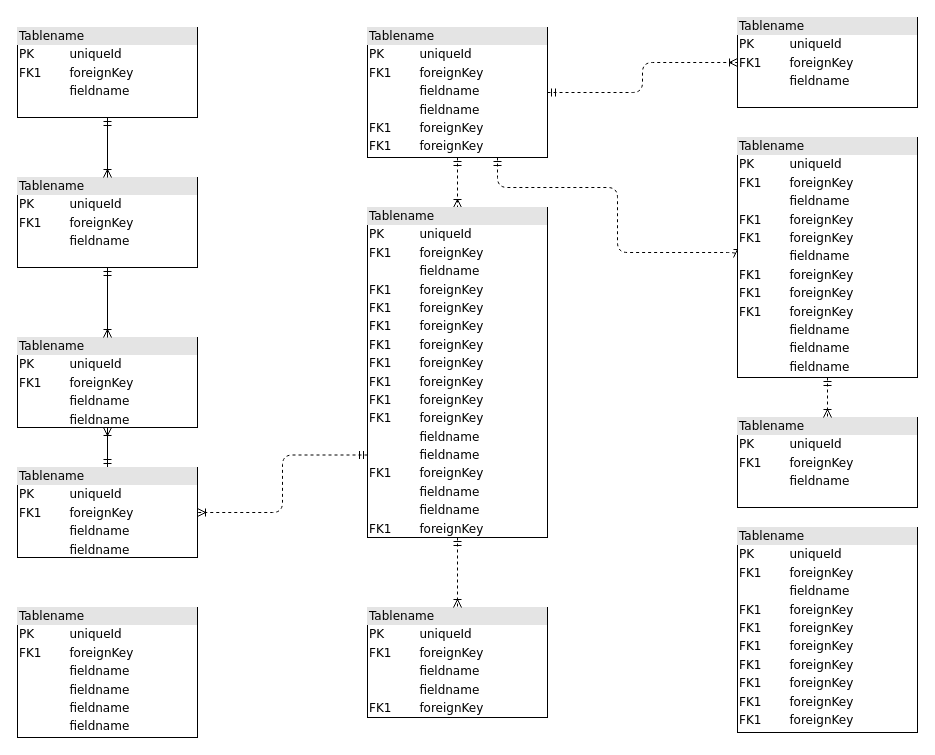
Above: Diagrama sin título.drawio in FrubanAZB/Graphics (draw.io), before the change. Source tidied: cells renumbered, new cells numbered last; positions are measured from the earlier drawing's top-left corner, leaving out a move shared by most shapes. Both pictures are drawn from the tidied source at 100%, with x=0, y=0 at pixel (17, 17).
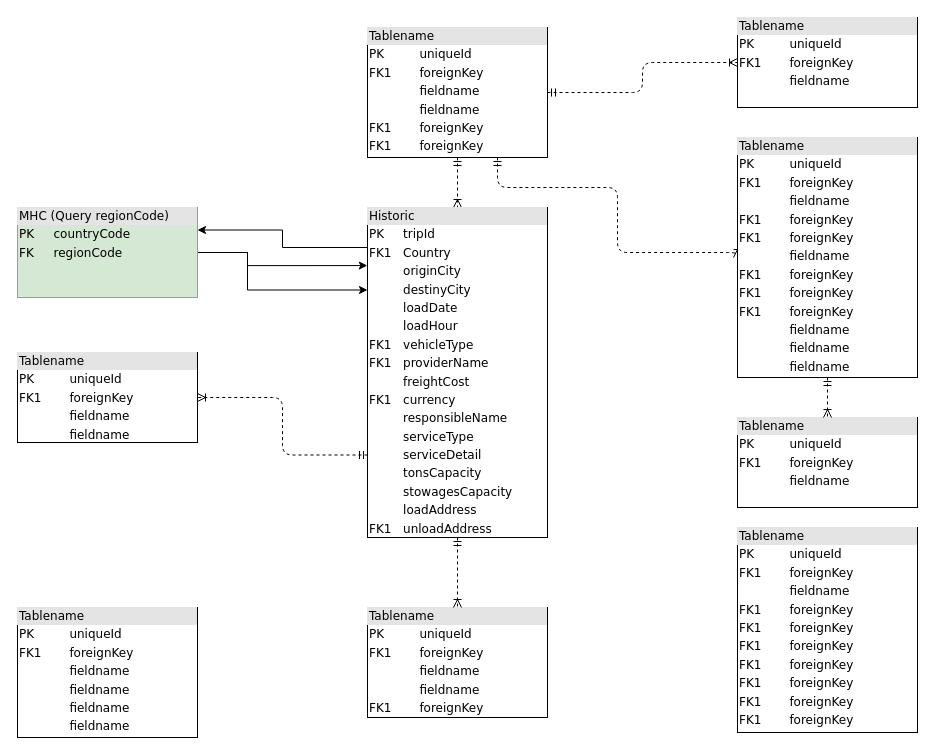
The same page after the edit.

Commit message:
F&M Mile diagram

Diff of the diagram source:
```diff
@@
-    <mxCell id="2" value="&lt;div style=&quot;box-sizing:border-box;width:100%;background:#e4e4e4;padding:2px;&quot;&gt;Tablename&lt;/div&gt;&lt;table style=&quot;width:100%;font-size:1em;&quot; cellpadding=&quot;2&quot; cellspacing=&quot;0&quot;&gt;&lt;tr&gt;&lt;td&gt;PK&lt;/td&gt;&lt;td&gt;uniqueId&lt;/td&gt;&lt;/tr&gt;&lt;tr&gt;&lt;td&gt;FK1&lt;/td&gt;&lt;td&gt;foreignKey&lt;/td&gt;&lt;/tr&gt;&lt;tr&gt;&lt;td&gt;&lt;/td&gt;&lt;td&gt;fieldname&lt;/td&gt;&lt;/tr&gt;&lt;/table&gt;" style="verticalAlign=top;align=left;overflow=fill;html=1;rounded=0;shadow=0;comic=0;labelBackgroundColor=none;strokeWidth=1;fontFamily=Verdana;fontSize=12;" parent="1" vertex="1">
-      <mxGeometry y="10" width="180" height="90" as="geometry" />
-    </mxCell>
@@
-    <mxCell id="7" style="edgeStyle=orthogonalEdgeStyle;html=1;labelBackgroundColor=none;startArrow=ERmandOne;endArrow=ERoneToMany;fontFamily=Verdana;fontSize=12;align=left;" parent="1" edge="1" source="9" target="10">
-      <mxGeometry relative="1" as="geometry" />
-    </mxCell>
@@
     <mxCell id="9" value="&lt;div style=&quot;box-sizing: border-box ; width: 100% ; background: #e4e4e4 ; padding: 2px&quot;&gt;Tablename&lt;/div&gt;&lt;table style=&quot;width: 100% ; font-size: 1em&quot; cellpadding=&quot;2&quot; cellspacing=&quot;0&quot;&gt;&lt;tbody&gt;&lt;tr&gt;&lt;td&gt;PK&lt;/td&gt;&lt;td&gt;uniqueId&lt;/td&gt;&lt;/tr&gt;&lt;tr&gt;&lt;td&gt;FK1&lt;/td&gt;&lt;td&gt;foreignKey&lt;/td&gt;&lt;/tr&gt;&lt;tr&gt;&lt;td&gt;&lt;/td&gt;&lt;td&gt;fieldname&lt;/td&gt;&lt;/tr&gt;&lt;tr&gt;&lt;td&gt;&lt;br&gt;&lt;/td&gt;&lt;td&gt;fieldname&lt;br&gt;&lt;/td&gt;&lt;/tr&gt;&lt;/tbody&gt;&lt;/table&gt;" style="verticalAlign=top;align=left;overflow=fill;html=1;rounded=0;shadow=0;comic=0;labelBackgroundColor=none;strokeWidth=1;fontFamily=Verdana;fontSize=12;" parent="1" vertex="1">
-      <mxGeometry y="450" width="180" height="90" as="geometry" />
+      <mxGeometry y="335" width="180" height="90" as="geometry" />
     </mxCell>
+    <mxCell id="23" style="edgeStyle=orthogonalEdgeStyle;rounded=0;jettySize=auto;html=1;exitX=1;exitY=0.5;exitDx=0;exitDy=0;entryX=-0.001;entryY=0.176;entryDx=0;entryDy=0;entryPerimeter=0;" parent="1" edge="1" source="10" target="16">
+      <mxGeometry relative="1" as="geometry">
+        <Array as="points">
+          <mxPoint x="230" y="235" />
+          <mxPoint x="230" y="248" />
+        </Array>
+      </mxGeometry>
+    </mxCell>
+    <mxCell id="24" style="edgeStyle=orthogonalEdgeStyle;rounded=0;jettySize=auto;html=1;entryX=0;entryY=0.25;entryDx=0;entryDy=0;" parent="1" edge="1" source="10" target="16">
+      <mxGeometry relative="1" as="geometry">
+        <Array as="points">
+          <mxPoint x="230" y="235" />
+          <mxPoint x="230" y="273" />
+        </Array>
+      </mxGeometry>
+    </mxCell>
-    <mxCell id="10" value="&lt;div style=&quot;box-sizing: border-box ; width: 100% ; background: #e4e4e4 ; padding: 2px&quot;&gt;Tablename&lt;/div&gt;&lt;table style=&quot;width: 100% ; font-size: 1em&quot; cellpadding=&quot;2&quot; cellspacing=&quot;0&quot;&gt;&lt;tbody&gt;&lt;tr&gt;&lt;td&gt;PK&lt;/td&gt;&lt;td&gt;uniqueId&lt;/td&gt;&lt;/tr&gt;&lt;tr&gt;&lt;td&gt;FK1&lt;/td&gt;&lt;td&gt;foreignKey&lt;/td&gt;&lt;/tr&gt;&lt;tr&gt;&lt;td&gt;&lt;/td&gt;&lt;td&gt;fieldname&lt;/td&gt;&lt;/tr&gt;&lt;tr&gt;&lt;td&gt;&lt;br&gt;&lt;/td&gt;&lt;td&gt;fieldname&lt;br&gt;&lt;/td&gt;&lt;/tr&gt;&lt;/tbody&gt;&lt;/table&gt;" style="verticalAlign=top;align=left;overflow=fill;html=1;rounded=0;shadow=0;comic=0;labelBackgroundColor=none;strokeWidth=1;fontFamily=Verdana;fontSize=12;" parent="1" vertex="1">
-      <mxGeometry y="320" width="180" height="90" as="geometry" />
+    <mxCell id="10" value="&lt;div style=&quot;box-sizing: border-box ; width: 100% ; background: #e4e4e4 ; padding: 2px&quot;&gt;MHC (Query regionCode)&lt;/div&gt;&lt;table style=&quot;width: 100% ; font-size: 1em&quot; cellpadding=&quot;2&quot; cellspacing=&quot;0&quot;&gt;&lt;tbody&gt;&lt;tr&gt;&lt;td&gt;PK&lt;/td&gt;&lt;td&gt;countryCode&lt;/td&gt;&lt;/tr&gt;&lt;tr&gt;&lt;td&gt;FK&lt;/td&gt;&lt;td&gt;regionCode&lt;/td&gt;&lt;/tr&gt;&lt;tr&gt;&lt;td&gt;&lt;/td&gt;&lt;td&gt;&lt;br&gt;&lt;/td&gt;&lt;/tr&gt;&lt;/tbody&gt;&lt;/table&gt;" style="verticalAlign=top;align=left;overflow=fill;html=1;rounded=0;shadow=0;comic=0;labelBackgroundColor=none;strokeWidth=1;fontFamily=Verdana;fontSize=12;fillColor=#d5e8d4;strokeColor=#82b366;" parent="1" vertex="1">
+      <mxGeometry y="190" width="180" height="90" as="geometry" />
     </mxCell>
-    <mxCell id="11" style="edgeStyle=orthogonalEdgeStyle;html=1;entryX=0.5;entryY=0;labelBackgroundColor=none;startArrow=ERmandOne;endArrow=ERoneToMany;fontFamily=Verdana;fontSize=12;align=left;" parent="1" edge="1" source="12" target="10">
-      <mxGeometry relative="1" as="geometry" />
-    </mxCell>
-    <mxCell id="12" value="&lt;div style=&quot;box-sizing:border-box;width:100%;background:#e4e4e4;padding:2px;&quot;&gt;Tablename&lt;/div&gt;&lt;table style=&quot;width:100%;font-size:1em;&quot; cellpadding=&quot;2&quot; cellspacing=&quot;0&quot;&gt;&lt;tr&gt;&lt;td&gt;PK&lt;/td&gt;&lt;td&gt;uniqueId&lt;/td&gt;&lt;/tr&gt;&lt;tr&gt;&lt;td&gt;FK1&lt;/td&gt;&lt;td&gt;foreignKey&lt;/td&gt;&lt;/tr&gt;&lt;tr&gt;&lt;td&gt;&lt;/td&gt;&lt;td&gt;fieldname&lt;/td&gt;&lt;/tr&gt;&lt;/table&gt;" style="verticalAlign=top;align=left;overflow=fill;html=1;rounded=0;shadow=0;comic=0;labelBackgroundColor=none;strokeWidth=1;fontFamily=Verdana;fontSize=12;" parent="1" vertex="1">
-      <mxGeometry y="160" width="180" height="90" as="geometry" />
-    </mxCell>
@@
+    <mxCell id="25" style="edgeStyle=orthogonalEdgeStyle;rounded=0;jettySize=auto;html=1;exitX=0.003;exitY=0.132;exitDx=0;exitDy=0;entryX=1;entryY=0.25;entryDx=0;entryDy=0;exitPerimeter=0;" parent="1" edge="1" source="16" target="10">
+      <mxGeometry relative="1" as="geometry">
+        <Array as="points">
+          <mxPoint x="351" y="230" />
+          <mxPoint x="265" y="230" />
+          <mxPoint x="265" y="213" />
+        </Array>
+      </mxGeometry>
+    </mxCell>
-    <mxCell id="16" value="&lt;div style=&quot;box-sizing: border-box ; width: 100% ; background: #e4e4e4 ; padding: 2px&quot;&gt;Tablename&lt;/div&gt;&lt;table style=&quot;width: 100% ; font-size: 1em&quot; cellpadding=&quot;2&quot; cellspacing=&quot;0&quot;&gt;&lt;tbody&gt;&lt;tr&gt;&lt;td&gt;PK&lt;/td&gt;&lt;td&gt;uniqueId&lt;/td&gt;&lt;/tr&gt;&lt;tr&gt;&lt;td&gt;FK1&lt;/td&gt;&lt;td&gt;foreignKey&lt;/td&gt;&lt;/tr&gt;&lt;tr&gt;&lt;td&gt;&lt;/td&gt;&lt;td&gt;fieldname&lt;/td&gt;&lt;/tr&gt;&lt;tr&gt;&lt;td&gt;FK1&lt;br&gt;&lt;/td&gt;&lt;td&gt;foreignKey&lt;br&gt;&lt;/td&gt;&lt;/tr&gt;&lt;tr&gt;&lt;td&gt;FK1&lt;br&gt;&lt;/td&gt;&lt;td&gt;foreignKey&lt;br&gt;&lt;/td&gt;&lt;/tr&gt;&lt;tr&gt;&lt;td&gt;FK1&lt;br&gt;&lt;/td&gt;&lt;td&gt;foreignKey&lt;br&gt;&lt;/td&gt;&lt;/tr&gt;&lt;tr&gt;&lt;td&gt;FK1&lt;br&gt;&lt;/td&gt;&lt;td&gt;foreignKey&lt;br&gt;&lt;/td&gt;&lt;/tr&gt;&lt;tr&gt;&lt;td&gt;FK1&lt;br&gt;&lt;/td&gt;&lt;td&gt;foreignKey&lt;br&gt;&lt;/td&gt;&lt;/tr&gt;&lt;tr&gt;&lt;td&gt;FK1&lt;br&gt;&lt;/td&gt;&lt;td&gt;foreignKey&lt;br&gt;&lt;/td&gt;&lt;/tr&gt;&lt;tr&gt;&lt;td&gt;FK1&lt;br&gt;&lt;/td&gt;&lt;td&gt;foreignKey&lt;br&gt;&lt;/td&gt;&lt;/tr&gt;&lt;tr&gt;&lt;td&gt;FK1&lt;br&gt;&lt;/td&gt;&lt;td&gt;foreignKey&lt;br&gt;&lt;/td&gt;&lt;/tr&gt;&lt;tr&gt;&lt;td&gt;&lt;br&gt;&lt;/td&gt;&lt;td&gt;fieldname&lt;br&gt;&lt;/td&gt;&lt;/tr&gt;&lt;tr&gt;&lt;td&gt;&lt;br&gt;&lt;/td&gt;&lt;td&gt;fieldname&lt;br&gt;&lt;/td&gt;&lt;/tr&gt;&lt;tr&gt;&lt;td&gt;FK1&lt;br&gt;&lt;/td&gt;&lt;td&gt;foreignKey&lt;br&gt;&lt;/td&gt;&lt;/tr&gt;&lt;tr&gt;&lt;td&gt;&lt;br&gt;&lt;/td&gt;&lt;td&gt;fieldname&lt;br&gt;&lt;/td&gt;&lt;/tr&gt;&lt;tr&gt;&lt;td&gt;&lt;br&gt;&lt;/td&gt;&lt;td&gt;fieldname&lt;br&gt;&lt;/td&gt;&lt;/tr&gt;&lt;tr&gt;&lt;td&gt;FK1&lt;br&gt;&lt;/td&gt;&lt;td&gt;foreignKey&lt;br&gt;&lt;/td&gt;&lt;/tr&gt;&lt;/tbody&gt;&lt;/table&gt;" style="verticalAlign=top;align=left;overflow=fill;html=1;rounded=0;shadow=0;comic=0;labelBackgroundColor=none;strokeWidth=1;fontFamily=Verdana;fontSize=12;" parent="1" vertex="1">
+    <mxCell id="16" value="&lt;div style=&quot;box-sizing: border-box ; width: 100% ; background: #e4e4e4 ; padding: 2px&quot;&gt;Historic&lt;/div&gt;&lt;table style=&quot;width: 100% ; font-size: 1em&quot; cellpadding=&quot;2&quot; cellspacing=&quot;0&quot;&gt;&lt;tbody&gt;&lt;tr&gt;&lt;td&gt;PK&lt;/td&gt;&lt;td&gt;tripId&lt;/td&gt;&lt;/tr&gt;&lt;tr&gt;&lt;td&gt;FK1&lt;/td&gt;&lt;td&gt;Country&lt;/td&gt;&lt;/tr&gt;&lt;tr&gt;&lt;td&gt;&lt;/td&gt;&lt;td&gt;originCity&lt;/td&gt;&lt;/tr&gt;&lt;tr&gt;&lt;td&gt;&lt;br&gt;&lt;/td&gt;&lt;td&gt;destinyCity&lt;br&gt;&lt;/td&gt;&lt;/tr&gt;&lt;tr&gt;&lt;td&gt;&lt;br&gt;&lt;/td&gt;&lt;td&gt;loadDate&lt;br&gt;&lt;/td&gt;&lt;/tr&gt;&lt;tr&gt;&lt;td&gt;&lt;br&gt;&lt;/td&gt;&lt;td&gt;loadHour&lt;br&gt;&lt;/td&gt;&lt;/tr&gt;&lt;tr&gt;&lt;td&gt;FK1&lt;br&gt;&lt;/td&gt;&lt;td&gt;vehicleType&lt;/td&gt;&lt;/tr&gt;&lt;tr&gt;&lt;td&gt;FK1&lt;br&gt;&lt;/td&gt;&lt;td&gt;providerName&lt;br&gt;&lt;/td&gt;&lt;/tr&gt;&lt;tr&gt;&lt;td&gt;&lt;br&gt;&lt;/td&gt;&lt;td&gt;freightCost&lt;/td&gt;&lt;/tr&gt;&lt;tr&gt;&lt;td&gt;FK1&lt;br&gt;&lt;/td&gt;&lt;td&gt;currency&lt;br&gt;&lt;/td&gt;&lt;/tr&gt;&lt;tr&gt;&lt;td&gt;&lt;/td&gt;&lt;td&gt;responsibleName&lt;br&gt;&lt;/td&gt;&lt;/tr&gt;&lt;tr&gt;&lt;td&gt;&lt;br&gt;&lt;/td&gt;&lt;td&gt;serviceType&lt;/td&gt;&lt;/tr&gt;&lt;tr&gt;&lt;td&gt;&lt;br&gt;&lt;/td&gt;&lt;td&gt;serviceDetail&lt;br&gt;&lt;/td&gt;&lt;/tr&gt;&lt;tr&gt;&lt;td&gt;&lt;br&gt;&lt;/td&gt;&lt;td&gt;tonsCapacity&lt;/td&gt;&lt;/tr&gt;&lt;tr&gt;&lt;td&gt;&lt;br&gt;&lt;/td&gt;&lt;td&gt;stowagesCapacity&lt;br&gt;&lt;/td&gt;&lt;/tr&gt;&lt;tr&gt;&lt;td&gt;&lt;br&gt;&lt;/td&gt;&lt;td&gt;loadAddress&lt;/td&gt;&lt;/tr&gt;&lt;tr&gt;&lt;td&gt;FK1&lt;br&gt;&lt;/td&gt;&lt;td&gt;unloadAddress&lt;br&gt;&lt;/td&gt;&lt;/tr&gt;&lt;/tbody&gt;&lt;/table&gt;" style="verticalAlign=top;align=left;overflow=fill;html=1;rounded=0;shadow=0;comic=0;labelBackgroundColor=none;strokeWidth=1;fontFamily=Verdana;fontSize=12;" parent="1" vertex="1">
       <mxGeometry x="350" y="190" width="180" height="330" as="geometry" />
     </mxCell>
@@
-    <mxCell id="22" style="edgeStyle=orthogonalEdgeStyle;html=1;endArrow=ERoneToMany;startArrow=ERmandOne;labelBackgroundColor=none;fontFamily=Verdana;fontSize=12;align=left;exitX=0.5;exitY=1;entryX=0.5;entryY=0;" parent="1" edge="1" source="2" target="12">
-      <mxGeometry relative="1" as="geometry" />
-    </mxCell>
```
